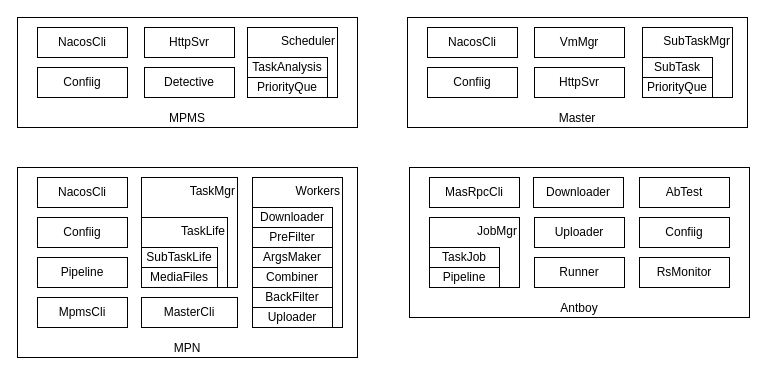
This is page "第二层" (2 of 2) of 梧桐.drawio from zebra-min/my-design, a draw.io file, before an edit. Source tidied: cells renumbered, new cells numbered last; positions are measured from the earlier drawing's top-left corner, leaving out a move shared by most shapes. Both pictures are drawn from the tidied source at 100%, with x=0, y=0 at pixel (17, 17).
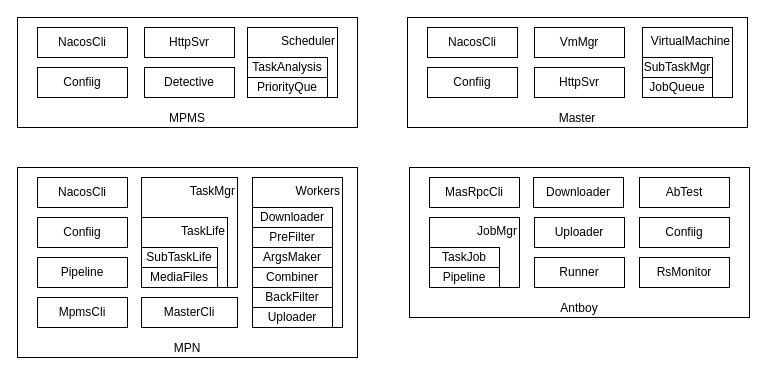
The same page after the edit.

The edit, as a diff of the source:
```diff
@@
-    <mxCell id="19" value="SubTaskMgr" style="rounded=0;whiteSpace=wrap;html=1;horizontal=1;align=right;verticalAlign=top;" parent="1" vertex="1">
+    <mxCell id="19" value="VirtualMachine" style="rounded=0;whiteSpace=wrap;html=1;horizontal=1;align=right;verticalAlign=top;" parent="1" vertex="1">
       <mxGeometry x="625" y="10" width="90" height="70" as="geometry" />
     </mxCell>
-    <mxCell id="20" value="PriorityQue" style="rounded=0;whiteSpace=wrap;html=1;" parent="1" vertex="1">
+    <mxCell id="20" value="JobQueue" style="rounded=0;whiteSpace=wrap;html=1;" parent="1" vertex="1">
       <mxGeometry x="625" y="60" width="70" height="20" as="geometry" />
     </mxCell>
@@
-    <mxCell id="37" value="SubTask" style="rounded=0;whiteSpace=wrap;html=1;" parent="1" vertex="1">
+    <mxCell id="37" value="SubTaskMgr" style="rounded=0;whiteSpace=wrap;html=1;" parent="1" vertex="1">
       <mxGeometry x="625" y="40" width="70" height="20" as="geometry" />
     </mxCell>
```
